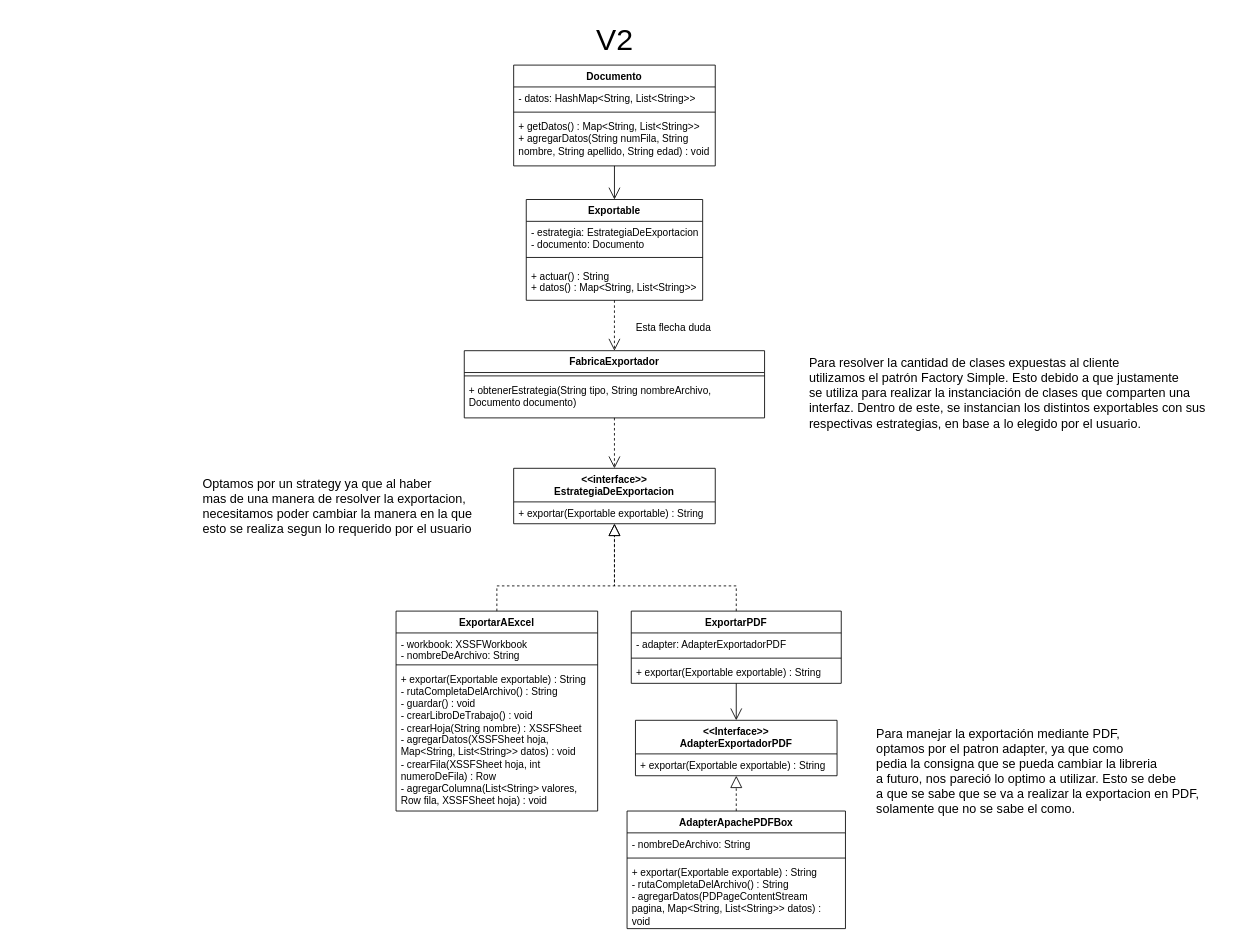
Above: CeruttiSampieri-TPv2/DiagramaV2.drawio in Juanchi0207/DDS24_PanzeraSampieri (draw.io), before the change. Source tidied: cells renumbered, new cells numbered last; positions are measured from the earlier drawing's top-left corner, leaving out a move shared by most shapes. Both pictures are drawn from the tidied source at 84%, with x=0, y=0 at pixel (194, 14).
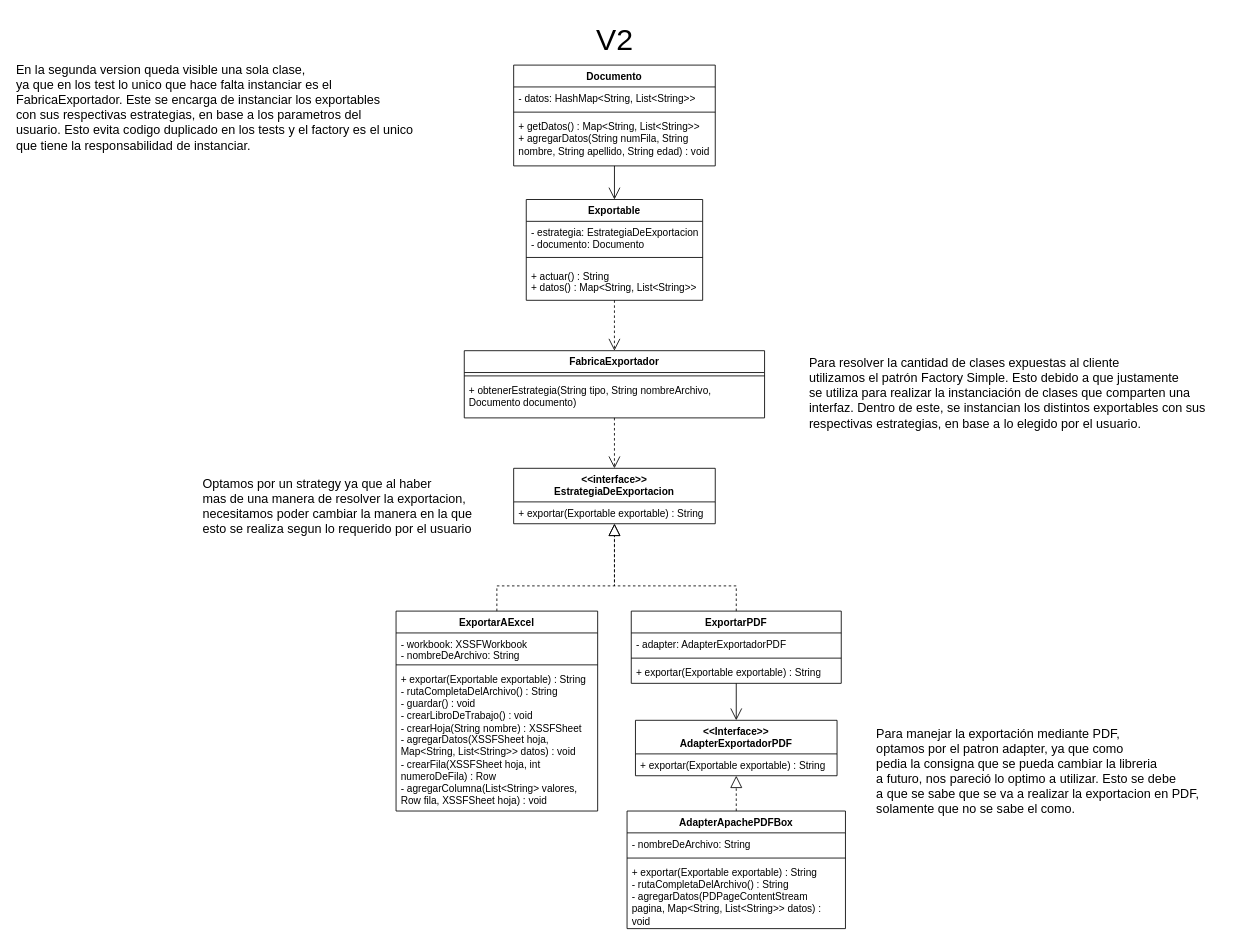
After the change.

Commit message:
Ahora si terminado

Change to the diagram source:
```diff
@@
-    <mxCell id="37" value="Esta flecha duda" style="text;html=1;align=center;verticalAlign=middle;strokeColor=none;fillColor=none;" parent="1" vertex="1">
-      <mxGeometry x="515" y="358" width="110" height="30" as="geometry" />
-    </mxCell>
@@
+    <mxCell id="41" value="&lt;div align=&quot;left&quot;&gt;&lt;font style=&quot;font-size: 15px;&quot;&gt;En la segunda version queda visible una sola clase,&lt;/font&gt;&lt;/div&gt;&lt;div align=&quot;left&quot;&gt;&lt;font style=&quot;font-size: 15px;&quot;&gt;ya que en los test lo unico que hace falta instanciar es el &lt;br&gt;&lt;/font&gt;&lt;/div&gt;&lt;div align=&quot;left&quot;&gt;&lt;font style=&quot;font-size: 15px;&quot;&gt;FabricaExportador. Este se encarga de instanciar los exportables&lt;/font&gt;&lt;/div&gt;&lt;div align=&quot;left&quot;&gt;&lt;font style=&quot;font-size: 15px;&quot;&gt;con sus respectivas estrategias, en base a los parametros del&lt;/font&gt;&lt;/div&gt;&lt;div align=&quot;left&quot;&gt;&lt;font style=&quot;font-size: 15px;&quot;&gt;usuario. Esto evita codigo duplicado en los tests y el factory es el unico&lt;/font&gt;&lt;/div&gt;&lt;div align=&quot;left&quot;&gt;&lt;font style=&quot;font-size: 15px;&quot;&gt;que tiene la responsabilidad de instanciar.&lt;br&gt;&lt;/font&gt;&lt;/div&gt;" style="text;html=1;align=left;verticalAlign=middle;strokeColor=none;fillColor=none;" parent="1" vertex="1">
+      <mxGeometry x="-214" y="50" width="500" height="120" as="geometry" />
+    </mxCell>
```
